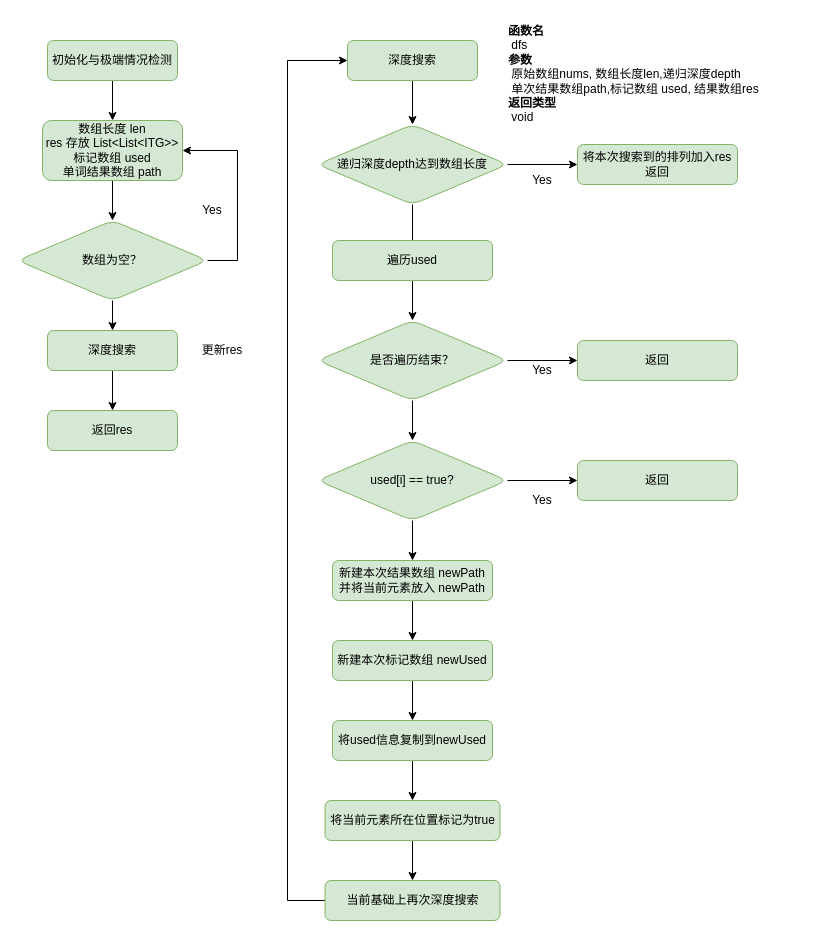
The draw.io diagram page "全排列" (1 of 2) of 20220507.drawio in HonyoLAN/telmy, before the edit. Source tidied: cells renumbered, new cells numbered last; positions are measured from the earlier drawing's top-left corner, leaving out a move shared by most shapes. Both pictures are drawn from the tidied source at 100%, with x=0, y=0 at pixel (17, 17).
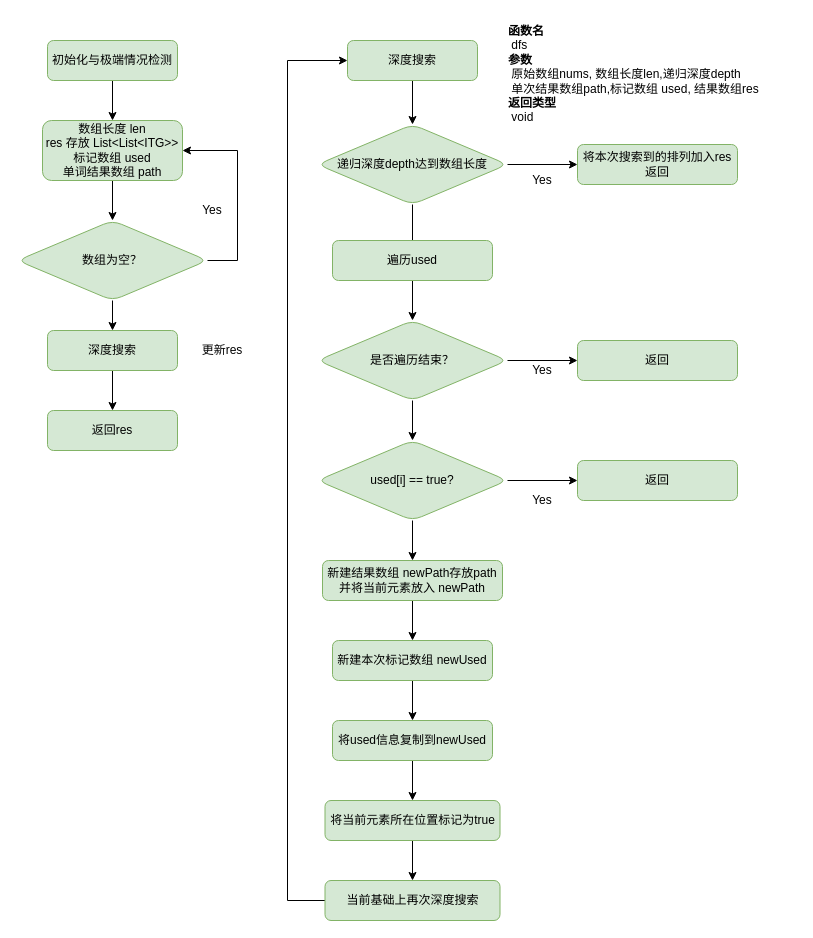
After the change.

Diff of the diagram source:
```diff
@@
-    <mxCell id="31" value="新建本次结果数组 newPath&lt;br&gt;并将当前元素放入 newPath" style="rounded=1;whiteSpace=wrap;html=1;fillColor=#d5e8d4;strokeColor=#82b366;" parent="1" vertex="1">
-      <mxGeometry x="315" y="543" width="160" height="40" as="geometry" />
+    <mxCell id="31" value="新建结果数组 newPath存放path&lt;br&gt;并将当前元素放入 newPath" style="rounded=1;whiteSpace=wrap;html=1;fillColor=#d5e8d4;strokeColor=#82b366;" parent="1" vertex="1">
+      <mxGeometry x="305" y="543" width="180" height="40" as="geometry" />
     </mxCell>
```
